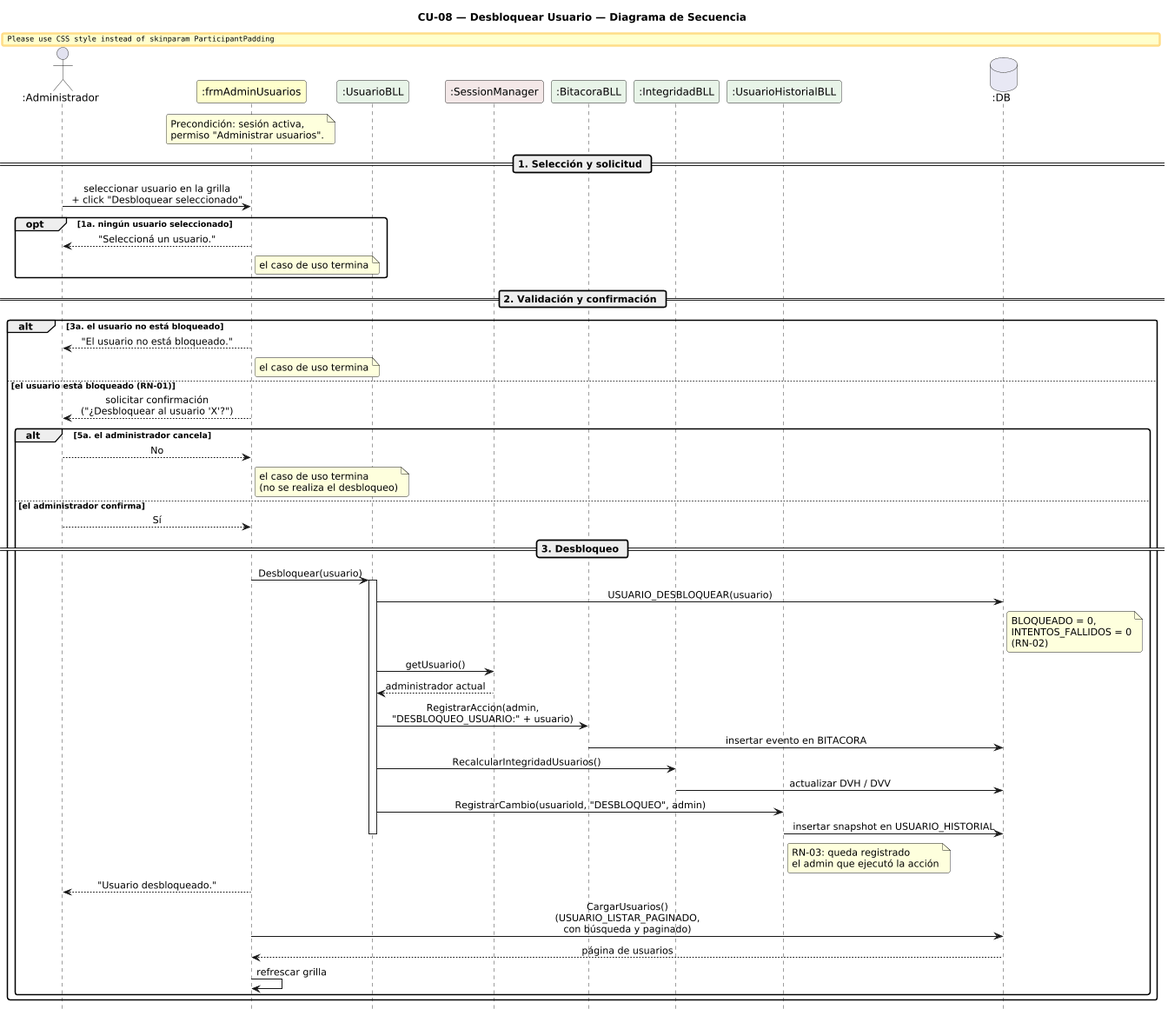
Earlier version of the PlantUML export DIAGRAMAS/DiagramaSecuencia_CU08_DesbloquearUsuario.png (Urrels/ingenieria_software). Its diagram source:
```plantuml
@startuml DiagramaSecuencia_CU08_DesbloquearUsuario

title CU-08 — Desbloquear Usuario — Diagrama de Secuencia

skinparam shadowing false
skinparam roundcorner 6
skinparam sequenceArrowThickness 1.2
skinparam ParticipantPadding 14
skinparam sequenceMessageAlign center
hide footbox
scale 0.85

actor       ":Administrador"       as A
participant ":frmAdminUsuarios"    as FA #FEFECE
participant ":UsuarioBLL"          as UB #E8F4E8
participant ":SessionManager"      as SM #F4E8E8
participant ":BitacoraBLL"         as BB #E8F4E8
participant ":IntegridadBLL"       as IB #E8F4E8
participant ":UsuarioHistorialBLL" as UH #E8F4E8
database    ":DB"                  as DB #E8E8F4

note over FA
  Precondición: sesión activa,
  permiso "Administrar usuarios".
end note

== 1. Selección y solicitud ==

A -> FA : seleccionar usuario en la grilla\n+ click "Desbloquear seleccionado"

opt 1a. ningún usuario seleccionado
  FA --> A : "Seleccioná un usuario."
  note right of FA : el caso de uso termina
end

== 2. Validación y confirmación ==

alt 3a. el usuario no está bloqueado
  FA --> A : "El usuario no está bloqueado."
  note right of FA : el caso de uso termina

else el usuario está bloqueado (RN-01)
  FA --> A : solicitar confirmación\n("¿Desbloquear al usuario 'X'?")

  alt 5a. el administrador cancela
    A --> FA : No
    note right of FA : el caso de uso termina\n(no se realiza el desbloqueo)

  else el administrador confirma
    A --> FA : Sí

    == 3. Desbloqueo ==

    FA -> UB : Desbloquear(usuario)
    activate UB

    UB -> DB : USUARIO_DESBLOQUEAR(usuario)
    note right of DB
      BLOQUEADO = 0,
      INTENTOS_FALLIDOS = 0
      (RN-02)
    end note

    UB -> SM : getUsuario()
    SM --> UB : administrador actual

    UB -> BB : RegistrarAccion(admin,\n"DESBLOQUEO_USUARIO:" + usuario)
    BB -> DB : insertar evento en BITACORA

    UB -> IB : RecalcularIntegridadUsuarios()
    IB -> DB : actualizar DVH / DVV

    UB -> UH : RegistrarCambio(usuarioId, "DESBLOQUEO", admin)
    UH -> DB : insertar snapshot en USUARIO_HISTORIAL
    note right of UH : RN-03: queda registrado\nel admin que ejecutó la acción
    deactivate UB

    FA --> A : "Usuario desbloqueado."
    FA -> DB : CargarUsuarios()\n(USUARIO_LISTAR_PAGINADO,\ncon búsqueda y paginado)
    DB --> FA : página de usuarios
    FA -> FA : refrescar grilla
  end
end

@enduml
```
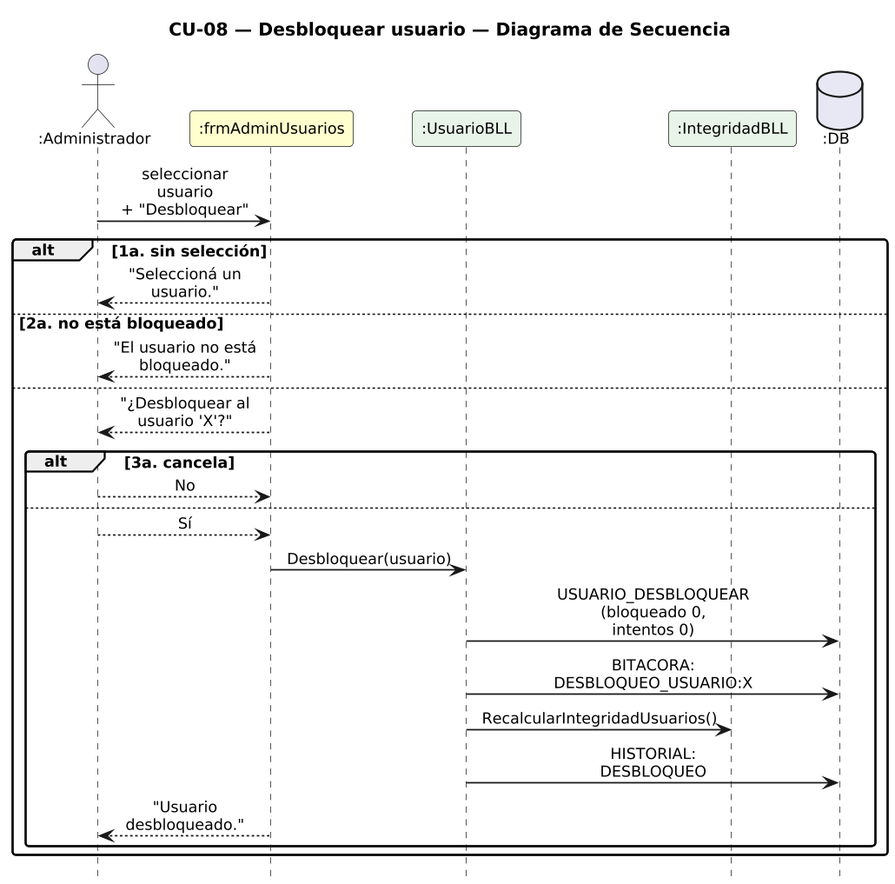
The same diagram one commit later.

Change to the diagram source:
```diff
@@ -1,84 +1,41 @@
 @startuml DiagramaSecuencia_CU08_DesbloquearUsuario
 
-title CU-08 — Desbloquear Usuario — Diagrama de Secuencia
+title CU-08 — Desbloquear usuario — Diagrama de Secuencia
 
 skinparam shadowing false
 skinparam roundcorner 6
 skinparam sequenceArrowThickness 1.2
-skinparam ParticipantPadding 14
+skinparam ParticipantPadding 6
+skinparam BoxPadding 4
+skinparam maxMessageSize 115
 skinparam sequenceMessageAlign center
+skinparam defaultFontSize 12
+skinparam dpi 140
 hide footbox
-scale 0.85
 
-actor       ":Administrador"       as A
-participant ":frmAdminUsuarios"    as FA #FEFECE
-participant ":UsuarioBLL"          as UB #E8F4E8
-participant ":SessionManager"      as SM #F4E8E8
-participant ":BitacoraBLL"         as BB #E8F4E8
-participant ":IntegridadBLL"       as IB #E8F4E8
-participant ":UsuarioHistorialBLL" as UH #E8F4E8
-database    ":DB"                  as DB #E8E8F4
+actor ":Administrador" as A
+participant ":frmAdminUsuarios" as F #FEFECE
+participant ":UsuarioBLL" as B #E8F4E8
+participant ":IntegridadBLL" as I #E8F4E8
+database ":DB" as DB #E8E8F4
 
-note over FA
-  Precondición: sesión activa,
-  permiso "Administrar usuarios".
-end note
-
-== 1. Selección y solicitud ==
-
-A -> FA : seleccionar usuario en la grilla\n+ click "Desbloquear seleccionado"
-
-opt 1a. ningún usuario seleccionado
-  FA --> A : "Seleccioná un usuario."
-  note right of FA : el caso de uso termina
-end
-
-== 2. Validación y confirmación ==
-
-alt 3a. el usuario no está bloqueado
-  FA --> A : "El usuario no está bloqueado."
-  note right of FA : el caso de uso termina
-
-else el usuario está bloqueado (RN-01)
-  FA --> A : solicitar confirmación\n("¿Desbloquear al usuario 'X'?")
-
-  alt 5a. el administrador cancela
-    A --> FA : No
-    note right of FA : el caso de uso termina\n(no se realiza el desbloqueo)
-
-  else el administrador confirma
-    A --> FA : Sí
-
-    == 3. Desbloqueo ==
-
-    FA -> UB : Desbloquear(usuario)
-    activate UB
-
-    UB -> DB : USUARIO_DESBLOQUEAR(usuario)
-    note right of DB
-      BLOQUEADO = 0,
-      INTENTOS_FALLIDOS = 0
-      (RN-02)
-    end note
-
-    UB -> SM : getUsuario()
-    SM --> UB : administrador actual
-
-    UB -> BB : RegistrarAccion(admin,\n"DESBLOQUEO_USUARIO:" + usuario)
-    BB -> DB : insertar evento en BITACORA
-
-    UB -> IB : RecalcularIntegridadUsuarios()
-    IB -> DB : actualizar DVH / DVV
-
-    UB -> UH : RegistrarCambio(usuarioId, "DESBLOQUEO", admin)
-    UH -> DB : insertar snapshot en USUARIO_HISTORIAL
-    note right of UH : RN-03: queda registrado\nel admin que ejecutó la acción
-    deactivate UB
-
-    FA --> A : "Usuario desbloqueado."
-    FA -> DB : CargarUsuarios()\n(USUARIO_LISTAR_PAGINADO,\ncon búsqueda y paginado)
-    DB --> FA : página de usuarios
-    FA -> FA : refrescar grilla
+A -> F : seleccionar usuario\n+ "Desbloquear"
+alt 1a. sin selección
+  F --> A : "Seleccioná un usuario."
+else 2a. no está bloqueado
+  F --> A : "El usuario no está bloqueado."
+else
+  F --> A : "¿Desbloquear al usuario 'X'?"
+  alt 3a. cancela
+    A --> F : No
+  else
+    A --> F : Sí
+    F -> B : Desbloquear(usuario)
+    B -> DB : USUARIO_DESBLOQUEAR\n(bloqueado 0, intentos 0)
+    B -> DB : BITACORA:\nDESBLOQUEO_USUARIO:X
+    B -> I : RecalcularIntegridadUsuarios()
+    B -> DB : HISTORIAL: DESBLOQUEO
+    F --> A : "Usuario desbloqueado."
   end
 end
 
```
